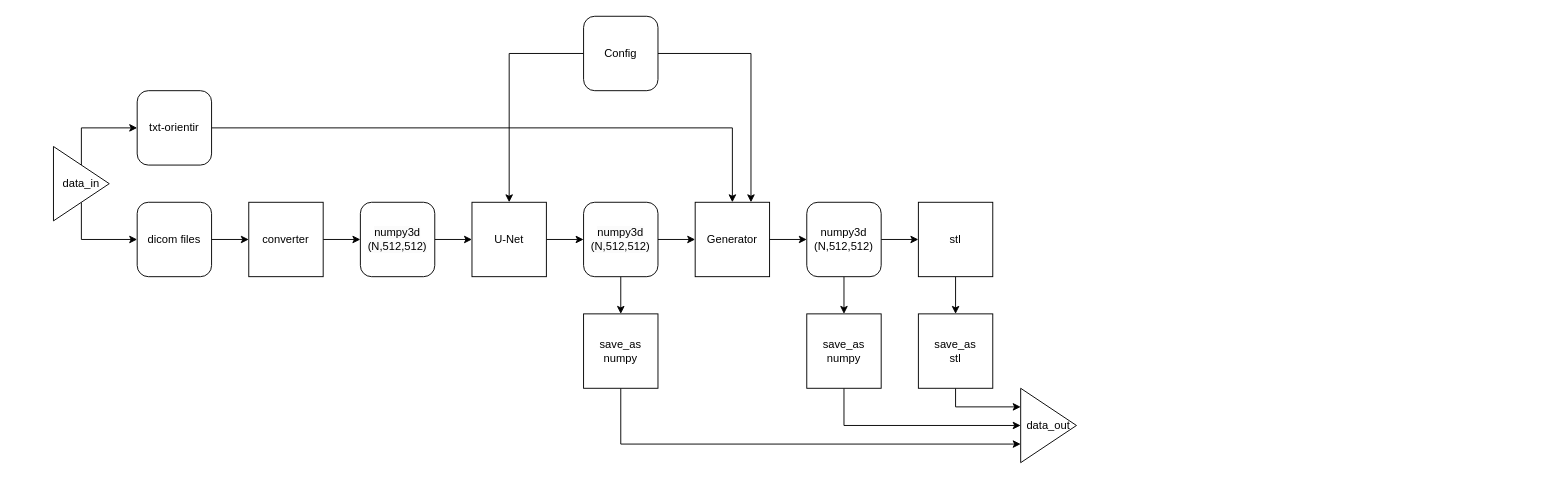
Earlier version of the draw.io diagram pipeline_scheme.drawio (kirrog/Membrans). Source tidied: cells renumbered, new cells numbered last; positions are measured from the earlier drawing's top-left corner, leaving out a move shared by most shapes. Both pictures are drawn from the tidied source at 93%, with x=0, y=0 at pixel (53, 16).
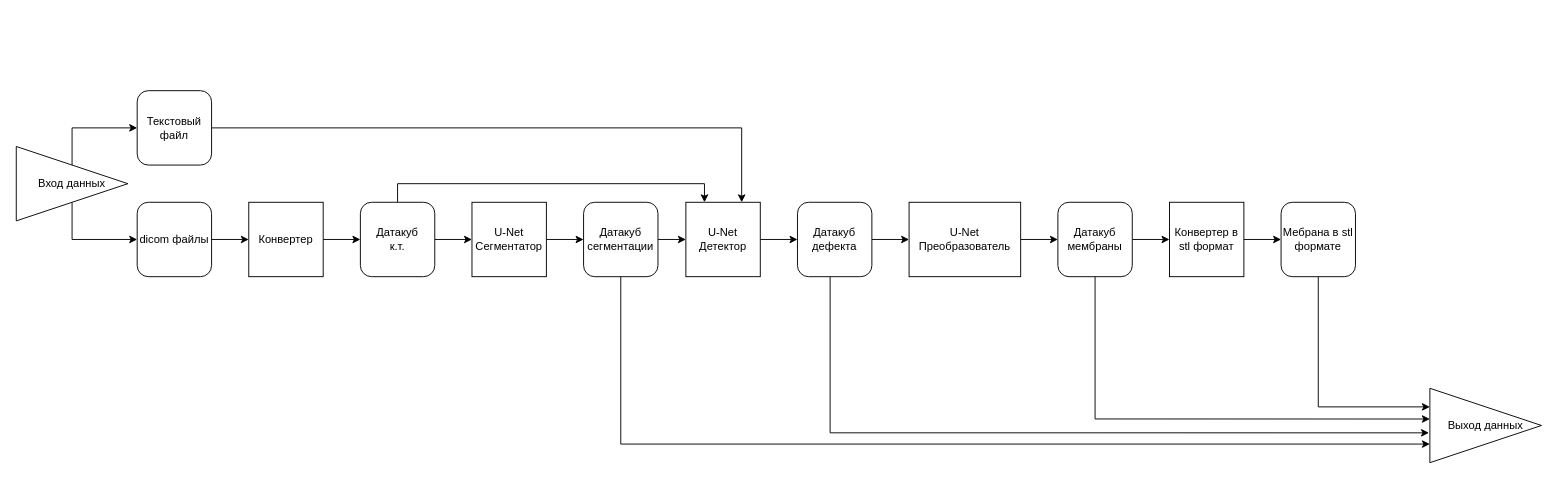
The same page after the edit.

Commit message (it also covers changes not shown here):
feat: convertion to stl numpy array

Diff of the diagram source:
```diff
@@
-    <mxCell id="5" value="U-Net" style="rounded=0;whiteSpace=wrap;html=1;" parent="1" vertex="1">
+    <mxCell id="5" value="U-Net&lt;br&gt;Сегментатор" style="rounded=0;whiteSpace=wrap;html=1;" parent="1" vertex="1">
       <mxGeometry x="450" y="200" width="80" height="80" as="geometry" />
     </mxCell>
-    <mxCell id="6" style="edgeStyle=orthogonalEdgeStyle;rounded=0;jettySize=auto;html=1;exitX=0.5;exitY=1;exitDx=0;exitDy=0;entryX=0.5;entryY=0;entryDx=0;entryDy=0;exitPerimeter=0;" parent="1" edge="1" source="25" target="9">
-      <mxGeometry relative="1" as="geometry" />
-    </mxCell>
@@
-    <mxCell id="8" style="edgeStyle=orthogonalEdgeStyle;rounded=0;jettySize=auto;html=1;exitX=0.5;exitY=1;exitDx=0;exitDy=0;entryX=0;entryY=0.75;entryDx=0;entryDy=0;" parent="1" edge="1" source="9" target="34">
+    <mxCell id="8" style="edgeStyle=orthogonalEdgeStyle;rounded=0;jettySize=auto;html=1;exitX=0.5;exitY=1;exitDx=0;exitDy=0;entryX=0;entryY=0.75;entryDx=0;entryDy=0;" parent="1" edge="1" source="25" target="34">
       <mxGeometry relative="1" as="geometry" />
     </mxCell>
-    <mxCell id="9" value="save_as&lt;br&gt;numpy" style="rounded=0;whiteSpace=wrap;html=1;" parent="1" vertex="1">
-      <mxGeometry x="570" y="320" width="80" height="80" as="geometry" />
-    </mxCell>
-    <mxCell id="10" style="edgeStyle=orthogonalEdgeStyle;rounded=0;jettySize=auto;html=1;exitX=1;exitY=0.5;exitDx=0;exitDy=0;entryX=0;entryY=0.5;entryDx=0;entryDy=0;" parent="1" edge="1" source="11" target="30">
+    <mxCell id="10" style="edgeStyle=orthogonalEdgeStyle;rounded=0;jettySize=auto;html=1;exitX=1;exitY=0.5;exitDx=0;exitDy=0;entryX=0;entryY=0.5;entryDx=0;entryDy=0;" parent="1" edge="1" source="11" target="39">
       <mxGeometry relative="1" as="geometry" />
     </mxCell>
-    <mxCell id="11" value="Generator" style="rounded=0;whiteSpace=wrap;html=1;" parent="1" vertex="1">
-      <mxGeometry x="690" y="200" width="80" height="80" as="geometry" />
+    <mxCell id="11" value="U-Net&lt;br&gt;Детектор" style="rounded=0;whiteSpace=wrap;html=1;" parent="1" vertex="1">
+      <mxGeometry x="680" y="200" width="80" height="80" as="geometry" />
     </mxCell>
-    <mxCell id="12" style="edgeStyle=orthogonalEdgeStyle;rounded=0;jettySize=auto;html=1;exitX=1;exitY=0.5;exitDx=0;exitDy=0;entryX=0.5;entryY=0;entryDx=0;entryDy=0;" parent="1" edge="1" source="26" target="11">
+    <mxCell id="12" style="edgeStyle=orthogonalEdgeStyle;rounded=0;jettySize=auto;html=1;exitX=1;exitY=0.5;exitDx=0;exitDy=0;entryX=0.75;entryY=0;entryDx=0;entryDy=0;" parent="1" edge="1" source="26" target="11">
       <mxGeometry relative="1" as="geometry" />
     </mxCell>
-    <mxCell id="13" style="edgeStyle=orthogonalEdgeStyle;rounded=0;jettySize=auto;html=1;exitX=0.5;exitY=1;exitDx=0;exitDy=0;entryX=0.5;entryY=0;entryDx=0;entryDy=0;" parent="1" edge="1" source="30" target="16">
-      <mxGeometry relative="1" as="geometry" />
-    </mxCell>
@@
-    <mxCell id="15" style="edgeStyle=orthogonalEdgeStyle;rounded=0;jettySize=auto;html=1;exitX=0.5;exitY=1;exitDx=0;exitDy=0;entryX=0;entryY=0.5;entryDx=0;entryDy=0;" parent="1" edge="1" source="16" target="34">
+    <mxCell id="15" style="edgeStyle=orthogonalEdgeStyle;rounded=0;jettySize=auto;html=1;exitX=0.5;exitY=1;exitDx=0;exitDy=0;entryX=0;entryY=0.413;entryDx=0;entryDy=0;entryPerimeter=0;" parent="1" edge="1" source="30" target="34">
       <mxGeometry relative="1" as="geometry" />
     </mxCell>
-    <mxCell id="16" value="save_as&lt;br&gt;numpy" style="rounded=0;whiteSpace=wrap;html=1;" parent="1" vertex="1">
-      <mxGeometry x="810" y="320" width="80" height="80" as="geometry" />
-    </mxCell>
-    <mxCell id="17" style="edgeStyle=orthogonalEdgeStyle;rounded=0;jettySize=auto;html=1;exitX=0.5;exitY=1;exitDx=0;exitDy=0;entryX=0.5;entryY=0;entryDx=0;entryDy=0;" parent="1" edge="1" source="18" target="20">
-      <mxGeometry relative="1" as="geometry" />
-    </mxCell>
+    <mxCell id="35" style="edgeStyle=orthogonalEdgeStyle;rounded=0;jettySize=auto;html=1;exitX=1;exitY=0.5;exitDx=0;exitDy=0;entryX=0;entryY=0.5;entryDx=0;entryDy=0;" parent="1" edge="1" source="18" target="42">
+      <mxGeometry relative="1" as="geometry" />
+    </mxCell>
-    <mxCell id="18" value="stl" style="rounded=0;whiteSpace=wrap;html=1;" parent="1" vertex="1">
-      <mxGeometry x="930" y="200" width="80" height="80" as="geometry" />
+    <mxCell id="18" value="Конвертер в&lt;br&gt;stl формат" style="rounded=0;whiteSpace=wrap;html=1;" parent="1" vertex="1">
+      <mxGeometry x="1200" y="200" width="80" height="80" as="geometry" />
     </mxCell>
-    <mxCell id="19" style="edgeStyle=orthogonalEdgeStyle;rounded=0;jettySize=auto;html=1;exitX=0.5;exitY=1;exitDx=0;exitDy=0;entryX=0;entryY=0.25;entryDx=0;entryDy=0;" parent="1" edge="1" source="20" target="34">
+    <mxCell id="19" style="edgeStyle=orthogonalEdgeStyle;rounded=0;jettySize=auto;html=1;exitX=0.5;exitY=1;exitDx=0;exitDy=0;entryX=0;entryY=0.25;entryDx=0;entryDy=0;" parent="1" edge="1" source="42" target="34">
       <mxGeometry relative="1" as="geometry" />
     </mxCell>
-    <mxCell id="20" value="save_as&lt;br&gt;stl" style="rounded=0;whiteSpace=wrap;html=1;" parent="1" vertex="1">
-      <mxGeometry x="930" y="320" width="80" height="80" as="geometry" />
-    </mxCell>
-    <mxCell id="21" value="dicom files" style="rounded=1;whiteSpace=wrap;html=1;" parent="1" vertex="1">
+    <mxCell id="21" value="dicom файлы" style="rounded=1;whiteSpace=wrap;html=1;" parent="1" vertex="1">
       <mxGeometry x="90" y="200" width="80" height="80" as="geometry" />
     </mxCell>
@@
-    <mxCell id="23" value="converter" style="rounded=0;whiteSpace=wrap;html=1;" parent="1" vertex="1">
+    <mxCell id="23" value="Конвертер" style="rounded=0;whiteSpace=wrap;html=1;" parent="1" vertex="1">
       <mxGeometry x="210" y="200" width="80" height="80" as="geometry" />
     </mxCell>
+    <mxCell id="36" style="edgeStyle=orthogonalEdgeStyle;rounded=0;jettySize=auto;html=1;exitX=0.5;exitY=0;exitDx=0;exitDy=0;entryX=0.25;entryY=0;entryDx=0;entryDy=0;" parent="1" edge="1" source="24" target="11">
+      <mxGeometry relative="1" as="geometry" />
+    </mxCell>
-    <mxCell id="24" value="&lt;span style=&quot;color: rgb(0, 0, 0); font-family: Helvetica; font-size: 12px; font-style: normal; font-variant-ligatures: normal; font-variant-caps: normal; font-weight: 400; letter-spacing: normal; orphans: 2; text-align: center; text-indent: 0px; text-transform: none; widows: 2; word-spacing: 0px; -webkit-text-stroke-width: 0px; background-color: rgb(251, 251, 251); text-decoration-thickness: initial; text-decoration-style: initial; text-decoration-color: initial; float: none; display: inline !important;&quot;&gt;numpy3d&lt;/span&gt;&lt;br style=&quot;border-color: var(--border-color); color: rgb(0, 0, 0); font-family: Helvetica; font-size: 12px; font-style: normal; font-variant-ligatures: normal; font-variant-caps: normal; font-weight: 400; letter-spacing: normal; orphans: 2; text-align: center; text-indent: 0px; text-transform: none; widows: 2; word-spacing: 0px; -webkit-text-stroke-width: 0px; background-color: rgb(251, 251, 251); text-decoration-thickness: initial; text-decoration-style: initial; text-decoration-color: initial;&quot;&gt;&lt;span style=&quot;color: rgb(0, 0, 0); font-family: Helvetica; font-size: 12px; font-style: normal; font-variant-ligatures: normal; font-variant-caps: normal; font-weight: 400; letter-spacing: normal; orphans: 2; text-align: center; text-indent: 0px; text-transform: none; widows: 2; word-spacing: 0px; -webkit-text-stroke-width: 0px; background-color: rgb(251, 251, 251); text-decoration-thickness: initial; text-decoration-style: initial; text-decoration-color: initial; float: none; display: inline !important;&quot;&gt;(N,512,512)&lt;/span&gt;" style="rounded=1;whiteSpace=wrap;html=1;" parent="1" vertex="1">
+    <mxCell id="24" value="&lt;span style=&quot;color: rgb(0, 0, 0); font-family: Helvetica; font-size: 12px; font-style: normal; font-variant-ligatures: normal; font-variant-caps: normal; font-weight: 400; letter-spacing: normal; orphans: 2; text-align: center; text-indent: 0px; text-transform: none; widows: 2; word-spacing: 0px; -webkit-text-stroke-width: 0px; background-color: rgb(251, 251, 251); text-decoration-thickness: initial; text-decoration-style: initial; text-decoration-color: initial; float: none; display: inline !important;&quot;&gt;Датакуб&lt;br&gt;&lt;/span&gt;к.т." style="rounded=1;whiteSpace=wrap;html=1;" parent="1" vertex="1">
       <mxGeometry x="330" y="200" width="80" height="80" as="geometry" />
     </mxCell>
-    <mxCell id="25" value="&lt;span style=&quot;color: rgb(0, 0, 0); font-family: Helvetica; font-size: 12px; font-style: normal; font-variant-ligatures: normal; font-variant-caps: normal; font-weight: 400; letter-spacing: normal; orphans: 2; text-align: center; text-indent: 0px; text-transform: none; widows: 2; word-spacing: 0px; -webkit-text-stroke-width: 0px; background-color: rgb(251, 251, 251); text-decoration-thickness: initial; text-decoration-style: initial; text-decoration-color: initial; float: none; display: inline !important;&quot;&gt;numpy3d&lt;/span&gt;&lt;br style=&quot;border-color: var(--border-color); color: rgb(0, 0, 0); font-family: Helvetica; font-size: 12px; font-style: normal; font-variant-ligatures: normal; font-variant-caps: normal; font-weight: 400; letter-spacing: normal; orphans: 2; text-align: center; text-indent: 0px; text-transform: none; widows: 2; word-spacing: 0px; -webkit-text-stroke-width: 0px; background-color: rgb(251, 251, 251); text-decoration-thickness: initial; text-decoration-style: initial; text-decoration-color: initial;&quot;&gt;&lt;span style=&quot;color: rgb(0, 0, 0); font-family: Helvetica; font-size: 12px; font-style: normal; font-variant-ligatures: normal; font-variant-caps: normal; font-weight: 400; letter-spacing: normal; orphans: 2; text-align: center; text-indent: 0px; text-transform: none; widows: 2; word-spacing: 0px; -webkit-text-stroke-width: 0px; background-color: rgb(251, 251, 251); text-decoration-thickness: initial; text-decoration-style: initial; text-decoration-color: initial; float: none; display: inline !important;&quot;&gt;(N,512,512)&lt;/span&gt;" style="rounded=1;whiteSpace=wrap;html=1;" parent="1" vertex="1">
+    <mxCell id="25" value="&lt;span style=&quot;color: rgb(0, 0, 0); font-family: Helvetica; font-size: 12px; font-style: normal; font-variant-ligatures: normal; font-variant-caps: normal; font-weight: 400; letter-spacing: normal; orphans: 2; text-align: center; text-indent: 0px; text-transform: none; widows: 2; word-spacing: 0px; -webkit-text-stroke-width: 0px; background-color: rgb(251, 251, 251); text-decoration-thickness: initial; text-decoration-style: initial; text-decoration-color: initial; float: none; display: inline !important;&quot;&gt;Датакуб&lt;br&gt;сегментации&lt;br&gt;&lt;/span&gt;" style="rounded=1;whiteSpace=wrap;html=1;" parent="1" vertex="1">
       <mxGeometry x="570" y="200" width="80" height="80" as="geometry" />
     </mxCell>
-    <mxCell id="26" value="txt-orientir" style="rounded=1;whiteSpace=wrap;html=1;" parent="1" vertex="1">
+    <mxCell id="26" value="Текстовый&lt;br&gt;файл" style="rounded=1;whiteSpace=wrap;html=1;" parent="1" vertex="1">
       <mxGeometry x="90" y="80" width="80" height="80" as="geometry" />
     </mxCell>
-    <mxCell id="27" style="edgeStyle=orthogonalEdgeStyle;rounded=0;jettySize=auto;html=1;exitX=0;exitY=0.5;exitDx=0;exitDy=0;entryX=0.5;entryY=0;entryDx=0;entryDy=0;" parent="1" edge="1" source="29" target="5">
-      <mxGeometry relative="1" as="geometry" />
-    </mxCell>
-    <mxCell id="28" style="edgeStyle=orthogonalEdgeStyle;rounded=0;jettySize=auto;html=1;exitX=1;exitY=0.5;exitDx=0;exitDy=0;entryX=0.75;entryY=0;entryDx=0;entryDy=0;" parent="1" edge="1" source="29" target="11">
-      <mxGeometry relative="1" as="geometry" />
-    </mxCell>
-    <mxCell id="29" value="Config" style="rounded=1;whiteSpace=wrap;html=1;" parent="1" vertex="1">
-      <mxGeometry x="570" width="80" height="80" as="geometry" />
-    </mxCell>
-    <mxCell id="30" value="numpy3d&lt;br style=&quot;border-color: var(--border-color);&quot;&gt;(N,512,512)" style="rounded=1;whiteSpace=wrap;html=1;" parent="1" vertex="1">
-      <mxGeometry x="810" y="200" width="80" height="80" as="geometry" />
+    <mxCell id="30" value="Датакуб&lt;br&gt;мембраны" style="rounded=1;whiteSpace=wrap;html=1;" parent="1" vertex="1">
+      <mxGeometry x="1080" y="200" width="80" height="80" as="geometry" />
     </mxCell>
     <mxCell id="31" style="edgeStyle=orthogonalEdgeStyle;rounded=0;jettySize=auto;html=1;exitX=0.5;exitY=1;exitDx=0;exitDy=0;entryX=0;entryY=0.5;entryDx=0;entryDy=0;" parent="1" edge="1" source="33" target="21">
       <mxGeometry relative="1" as="geometry">
         <Array as="points">
-          <mxPoint x="30" y="240" />
+          <mxPoint x="20" y="240" />
         </Array>
       </mxGeometry>
     </mxCell>
     <mxCell id="32" style="edgeStyle=orthogonalEdgeStyle;rounded=0;jettySize=auto;html=1;exitX=0.5;exitY=0;exitDx=0;exitDy=0;entryX=0;entryY=0.5;entryDx=0;entryDy=0;" parent="1" edge="1" source="33" target="26">
       <mxGeometry relative="1" as="geometry">
         <Array as="points">
-          <mxPoint x="30" y="120" />
+          <mxPoint x="20" y="120" />
         </Array>
       </mxGeometry>
     </mxCell>
-    <mxCell id="33" value="data_in" style="triangle;whiteSpace=wrap;html=1;" parent="1" vertex="1">
-      <mxGeometry y="140" width="60" height="80" as="geometry" />
+    <mxCell id="33" value="Вход данных" style="triangle;whiteSpace=wrap;html=1;" parent="1" vertex="1">
+      <mxGeometry x="-40" y="140" width="120" height="80" as="geometry" />
     </mxCell>
-    <mxCell id="34" value="data_out" style="triangle;whiteSpace=wrap;html=1;" parent="1" vertex="1">
-      <mxGeometry x="1040" y="400" width="60" height="80" as="geometry" />
+    <mxCell id="34" value="Выход данных" style="triangle;whiteSpace=wrap;html=1;" parent="1" vertex="1">
+      <mxGeometry x="1480" y="400" width="120" height="80" as="geometry" />
     </mxCell>
+    <mxCell id="37" style="edgeStyle=orthogonalEdgeStyle;rounded=0;jettySize=auto;html=1;exitX=0.439;exitY=1;exitDx=0;exitDy=0;entryX=-0.008;entryY=0.599;entryDx=0;entryDy=0;entryPerimeter=0;exitPerimeter=0;" parent="1" edge="1" source="39" target="34">
+      <mxGeometry relative="1" as="geometry">
+        <Array as="points">
+          <mxPoint x="835" y="448" />
+        </Array>
+      </mxGeometry>
+    </mxCell>
+    <mxCell id="38" style="edgeStyle=orthogonalEdgeStyle;rounded=0;jettySize=auto;html=1;exitX=1;exitY=0.5;exitDx=0;exitDy=0;entryX=0;entryY=0.5;entryDx=0;entryDy=0;" parent="1" edge="1" source="39" target="41">
+      <mxGeometry relative="1" as="geometry" />
+    </mxCell>
+    <mxCell id="39" value="&lt;span style=&quot;color: rgb(0, 0, 0); font-family: Helvetica; font-size: 12px; font-style: normal; font-variant-ligatures: normal; font-variant-caps: normal; font-weight: 400; letter-spacing: normal; orphans: 2; text-align: center; text-indent: 0px; text-transform: none; widows: 2; word-spacing: 0px; -webkit-text-stroke-width: 0px; background-color: rgb(251, 251, 251); text-decoration-thickness: initial; text-decoration-style: initial; text-decoration-color: initial; float: none; display: inline !important;&quot;&gt;Датакуб&lt;br&gt;дефекта&lt;br&gt;&lt;/span&gt;" style="rounded=1;whiteSpace=wrap;html=1;" parent="1" vertex="1">
+      <mxGeometry x="800" y="200" width="80" height="80" as="geometry" />
+    </mxCell>
+    <mxCell id="40" style="edgeStyle=orthogonalEdgeStyle;rounded=0;jettySize=auto;html=1;exitX=1;exitY=0.5;exitDx=0;exitDy=0;entryX=0;entryY=0.5;entryDx=0;entryDy=0;" parent="1" edge="1" source="41" target="30">
+      <mxGeometry relative="1" as="geometry" />
+    </mxCell>
+    <mxCell id="41" value="U-Net&lt;br&gt;Преобразователь" style="rounded=0;whiteSpace=wrap;html=1;" parent="1" vertex="1">
+      <mxGeometry x="920" y="200" width="120" height="80" as="geometry" />
+    </mxCell>
+    <mxCell id="42" value="Мебрана в stl формате" style="rounded=1;whiteSpace=wrap;html=1;" parent="1" vertex="1">
+      <mxGeometry x="1320" y="200" width="80" height="80" as="geometry" />
+    </mxCell>
```
